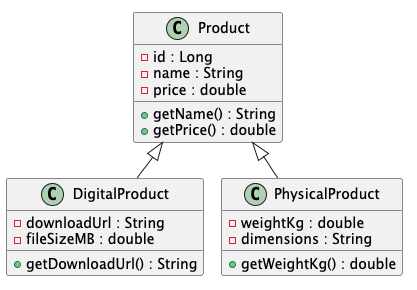
This is docs/uml/product-hierarchy.png from nirwan-ayy/products-api, a PlantUML export, as it was before one commit.
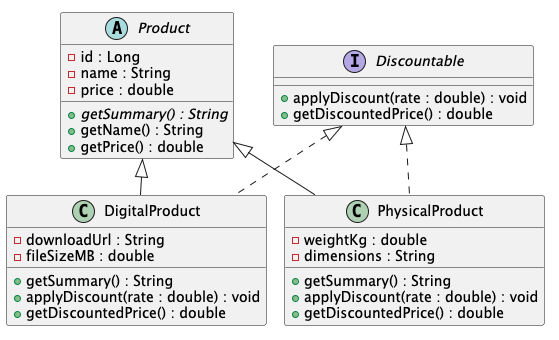
After the commit.

Commit message:
Tutorial 5: polymorphism — getSummary override and Discountable interface

The edit, as a diff of the source:
```diff
@@ -1,24 +1,37 @@
 @startuml
-class Product {
+abstract class Product {
   - id : Long
   - name : String
   - price : double
+  + {abstract} getSummary() : String
   + getName() : String
   + getPrice() : double
+}
+
+interface Discountable {
+  + applyDiscount(rate : double) : void
+  + getDiscountedPrice() : double
 }
 
 class DigitalProduct {
   - downloadUrl : String
   - fileSizeMB : double
-  + getDownloadUrl() : String
+  + getSummary() : String
+  + applyDiscount(rate : double) : void
+  + getDiscountedPrice() : double
 }
 
 class PhysicalProduct {
   - weightKg : double
   - dimensions : String
-  + getWeightKg() : double
+  + getSummary() : String
+  + applyDiscount(rate : double) : void
+  + getDiscountedPrice() : double
 }
 
 Product <|-- DigitalProduct
 Product <|-- PhysicalProduct
+
+Discountable <|.. DigitalProduct
+Discountable <|.. PhysicalProduct
 @enduml
```
